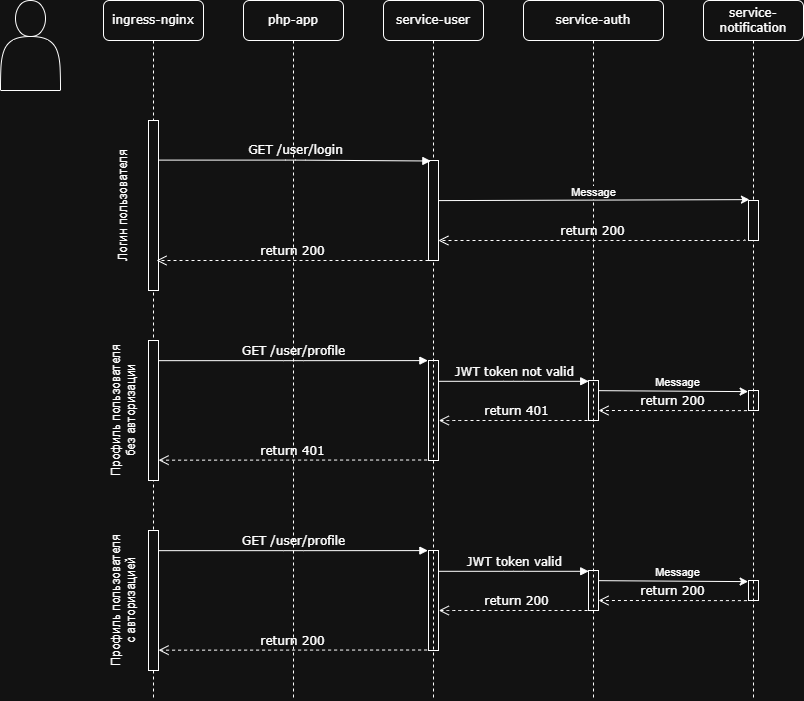
Above: lesson-6/img/interaction_of_services.drawio.png in confuciy/microservice_architecture (draw.io), before the change. Source tidied: cells renumbered, new cells last; positions are measured from the earlier drawing's top-left corner, leaving out a move shared by most shapes.
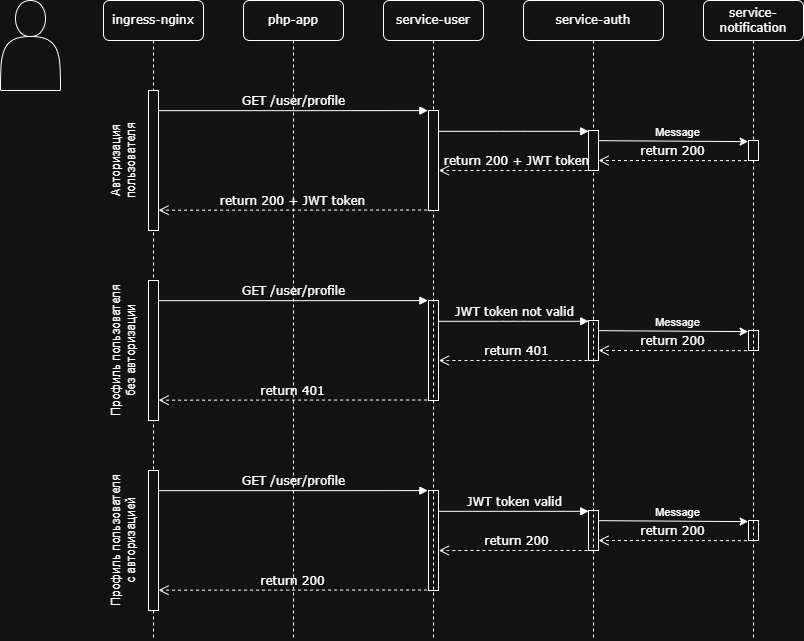
After the change.

Diff of the diagram source:
```diff
@@ -3,31 +3,25 @@
     <mxCell id="0" />
     <mxCell id="1" parent="0" />
     <mxCell id="2" value="ingress-nginx" style="shape=umlLifeline;perimeter=lifelinePerimeter;whiteSpace=wrap;html=1;rounded=1;shadow=0;comic=0;labelBackgroundColor=none;strokeWidth=1;fontFamily=Verdana;fontSize=12;align=center;" parent="1" vertex="1">
-      <mxGeometry x="103" width="100" height="700" as="geometry" />
+      <mxGeometry x="103" width="100" height="640" as="geometry" />
     </mxCell>
-    <mxCell id="3" style="html=1;points=[];perimeter=orthogonalPerimeter;rounded=0;shadow=0;comic=0;labelBackgroundColor=none;strokeWidth=1;fontFamily=Verdana;fontSize=12;align=center;" parent="2" vertex="1">
-      <mxGeometry x="45" y="120" width="10" height="170" as="geometry" />
-    </mxCell>
-    <mxCell id="4" value="Логин пользователя" style="text;html=1;align=center;verticalAlign=middle;whiteSpace=wrap;rounded=0;rotation=270;" parent="2" vertex="1">
-      <mxGeometry x="-50" y="190" width="140" height="30" as="geometry" />
-    </mxCell>
     <mxCell id="5" value="php-app" style="shape=umlLifeline;perimeter=lifelinePerimeter;whiteSpace=wrap;html=1;rounded=1;shadow=0;comic=0;labelBackgroundColor=none;strokeWidth=1;fontFamily=Verdana;fontSize=12;align=center;" parent="1" vertex="1">
-      <mxGeometry x="243" width="100" height="700" as="geometry" />
+      <mxGeometry x="243" width="100" height="640" as="geometry" />
     </mxCell>
     <mxCell id="6" style="html=1;points=[];perimeter=orthogonalPerimeter;rounded=0;shadow=0;comic=0;labelBackgroundColor=none;strokeWidth=1;fontFamily=Verdana;fontSize=12;align=center;" parent="5" vertex="1">
-      <mxGeometry x="-95" y="340" width="10" height="140" as="geometry" />
+      <mxGeometry x="-95" y="280" width="10" height="140" as="geometry" />
     </mxCell>
     <mxCell id="7" value="Профиль пользователя без авторизации" style="text;html=1;align=center;verticalAlign=middle;whiteSpace=wrap;rounded=0;rotation=270;" parent="5" vertex="1">
-      <mxGeometry x="-190" y="395" width="140" height="30" as="geometry" />
+      <mxGeometry x="-190" y="335" width="140" height="30" as="geometry" />
     </mxCell>
     <mxCell id="8" style="html=1;points=[];perimeter=orthogonalPerimeter;rounded=0;shadow=0;comic=0;labelBackgroundColor=none;strokeWidth=1;fontFamily=Verdana;fontSize=12;align=center;" parent="5" vertex="1">
-      <mxGeometry x="185" y="360" width="10" height="100" as="geometry" />
+      <mxGeometry x="185" y="300" width="10" height="100" as="geometry" />
     </mxCell>
     <mxCell id="9" style="html=1;points=[];perimeter=orthogonalPerimeter;rounded=0;shadow=0;comic=0;labelBackgroundColor=none;strokeWidth=1;fontFamily=Verdana;fontSize=12;align=center;" parent="5" vertex="1">
-      <mxGeometry x="345" y="380" width="10" height="40" as="geometry" />
+      <mxGeometry x="345" y="320" width="10" height="40" as="geometry" />
     </mxCell>
     <mxCell id="10" style="html=1;points=[];perimeter=orthogonalPerimeter;rounded=0;shadow=0;comic=0;labelBackgroundColor=none;strokeWidth=1;fontFamily=Verdana;fontSize=12;align=center;" parent="5" vertex="1">
-      <mxGeometry x="505" y="390" width="10" height="20" as="geometry" />
+      <mxGeometry x="505" y="330" width="10" height="20" as="geometry" />
     </mxCell>
     <mxCell id="11" value="GET /user/profile" style="html=1;verticalAlign=bottom;endArrow=block;labelBackgroundColor=none;fontFamily=Verdana;fontSize=12;edgeStyle=elbowEdgeStyle;elbow=horizontal;entryX=-0.062;entryY=0.001;entryDx=0;entryDy=0;entryPerimeter=0;exitX=1.005;exitY=0.144;exitDx=0;exitDy=0;exitPerimeter=0;" parent="5" edge="1" source="6" target="8">
       <mxGeometry relative="1" as="geometry" />
@@ -38,16 +32,16 @@
     <mxCell id="13" value="return 401" style="html=1;verticalAlign=bottom;endArrow=open;dashed=1;endSize=8;labelBackgroundColor=none;fontFamily=Verdana;fontSize=12;edgeStyle=elbowEdgeStyle;elbow=vertical;exitX=0.5;exitY=1;exitDx=0;exitDy=0;exitPerimeter=0;entryX=1.031;entryY=0.6;entryDx=0;entryDy=0;entryPerimeter=0;" parent="5" edge="1" source="9" target="8">
       <mxGeometry relative="1" as="geometry">
         <Array as="points">
-          <mxPoint x="210" y="420" />
-          <mxPoint x="562" y="360" />
+          <mxPoint x="210" y="360" />
+          <mxPoint x="562" y="300" />
         </Array>
       </mxGeometry>
     </mxCell>
     <mxCell id="14" value="return 401" style="html=1;verticalAlign=bottom;endArrow=open;dashed=1;endSize=8;labelBackgroundColor=none;fontFamily=Verdana;fontSize=12;edgeStyle=elbowEdgeStyle;elbow=vertical;exitX=-0.14;exitY=0.995;exitDx=0;exitDy=0;exitPerimeter=0;entryX=1.005;entryY=0.859;entryDx=0;entryDy=0;entryPerimeter=0;" parent="5" edge="1" source="8" target="6">
       <mxGeometry relative="1" as="geometry">
         <Array as="points">
-          <mxPoint x="15" y="459.7" />
-          <mxPoint x="367" y="399.7" />
+          <mxPoint x="15" y="399.7" />
+          <mxPoint x="367" y="339.7" />
         </Array>
       </mxGeometry>
     </mxCell>
@@ -57,28 +51,28 @@
     <mxCell id="16" value="return 200" style="html=1;verticalAlign=bottom;endArrow=open;dashed=1;endSize=8;labelBackgroundColor=none;fontFamily=Verdana;fontSize=12;edgeStyle=elbowEdgeStyle;elbow=vertical;exitX=-0.157;exitY=1.007;exitDx=0;exitDy=0;exitPerimeter=0;entryX=0.999;entryY=0.77;entryDx=0;entryDy=0;entryPerimeter=0;" parent="5" edge="1" source="10" target="9">
       <mxGeometry relative="1" as="geometry">
         <Array as="points">
-          <mxPoint x="360" y="410" />
-          <mxPoint x="687" y="350" />
+          <mxPoint x="360" y="350" />
+          <mxPoint x="687" y="290" />
         </Array>
       </mxGeometry>
     </mxCell>
     <mxCell id="17" value="Message" style="edgeLabel;html=1;align=center;verticalAlign=middle;" parent="5" vertex="1">
-      <mxGeometry x="434" y="382" as="geometry" />
+      <mxGeometry x="434" y="322" as="geometry" />
     </mxCell>
     <mxCell id="18" style="html=1;points=[];perimeter=orthogonalPerimeter;rounded=0;shadow=0;comic=0;labelBackgroundColor=none;strokeWidth=1;fontFamily=Verdana;fontSize=12;align=center;" parent="5" vertex="1">
-      <mxGeometry x="-95" y="530" width="10" height="140" as="geometry" />
+      <mxGeometry x="-95" y="470" width="10" height="140" as="geometry" />
     </mxCell>
     <mxCell id="19" value="Профиль пользователя c авторизацией" style="text;html=1;align=center;verticalAlign=middle;whiteSpace=wrap;rounded=0;rotation=270;" parent="5" vertex="1">
-      <mxGeometry x="-190" y="585" width="140" height="30" as="geometry" />
+      <mxGeometry x="-190" y="525" width="140" height="30" as="geometry" />
     </mxCell>
     <mxCell id="20" style="html=1;points=[];perimeter=orthogonalPerimeter;rounded=0;shadow=0;comic=0;labelBackgroundColor=none;strokeWidth=1;fontFamily=Verdana;fontSize=12;align=center;" parent="5" vertex="1">
-      <mxGeometry x="185" y="550" width="10" height="100" as="geometry" />
+      <mxGeometry x="185" y="490" width="10" height="100" as="geometry" />
     </mxCell>
     <mxCell id="21" style="html=1;points=[];perimeter=orthogonalPerimeter;rounded=0;shadow=0;comic=0;labelBackgroundColor=none;strokeWidth=1;fontFamily=Verdana;fontSize=12;align=center;" parent="5" vertex="1">
-      <mxGeometry x="345" y="570" width="10" height="40" as="geometry" />
+      <mxGeometry x="345" y="510" width="10" height="40" as="geometry" />
     </mxCell>
     <mxCell id="22" style="html=1;points=[];perimeter=orthogonalPerimeter;rounded=0;shadow=0;comic=0;labelBackgroundColor=none;strokeWidth=1;fontFamily=Verdana;fontSize=12;align=center;" parent="5" vertex="1">
-      <mxGeometry x="505" y="580" width="10" height="20" as="geometry" />
+      <mxGeometry x="505" y="520" width="10" height="20" as="geometry" />
     </mxCell>
     <mxCell id="23" value="GET /user/profile" style="html=1;verticalAlign=bottom;endArrow=block;labelBackgroundColor=none;fontFamily=Verdana;fontSize=12;edgeStyle=elbowEdgeStyle;elbow=horizontal;entryX=-0.062;entryY=0.001;entryDx=0;entryDy=0;entryPerimeter=0;exitX=1.005;exitY=0.144;exitDx=0;exitDy=0;exitPerimeter=0;" parent="5" edge="1" source="18" target="20">
       <mxGeometry relative="1" as="geometry" />
@@ -89,16 +83,16 @@
     <mxCell id="25" value="return 200" style="html=1;verticalAlign=bottom;endArrow=open;dashed=1;endSize=8;labelBackgroundColor=none;fontFamily=Verdana;fontSize=12;edgeStyle=elbowEdgeStyle;elbow=vertical;exitX=0.5;exitY=1;exitDx=0;exitDy=0;exitPerimeter=0;entryX=1.031;entryY=0.6;entryDx=0;entryDy=0;entryPerimeter=0;" parent="5" edge="1" source="21" target="20">
       <mxGeometry relative="1" as="geometry">
         <Array as="points">
-          <mxPoint x="210" y="610" />
-          <mxPoint x="562" y="550" />
+          <mxPoint x="210" y="550" />
+          <mxPoint x="562" y="490" />
         </Array>
       </mxGeometry>
     </mxCell>
     <mxCell id="26" value="return 200" style="html=1;verticalAlign=bottom;endArrow=open;dashed=1;endSize=8;labelBackgroundColor=none;fontFamily=Verdana;fontSize=12;edgeStyle=elbowEdgeStyle;elbow=vertical;exitX=-0.14;exitY=0.995;exitDx=0;exitDy=0;exitPerimeter=0;entryX=1.005;entryY=0.859;entryDx=0;entryDy=0;entryPerimeter=0;" parent="5" edge="1" source="20" target="18">
       <mxGeometry relative="1" as="geometry">
         <Array as="points">
-          <mxPoint x="15" y="649.7" />
-          <mxPoint x="367" y="589.7" />
+          <mxPoint x="15" y="589.7" />
+          <mxPoint x="367" y="529.7" />
         </Array>
       </mxGeometry>
     </mxCell>
@@ -108,58 +102,76 @@
     <mxCell id="28" value="return 200" style="html=1;verticalAlign=bottom;endArrow=open;dashed=1;endSize=8;labelBackgroundColor=none;fontFamily=Verdana;fontSize=12;edgeStyle=elbowEdgeStyle;elbow=vertical;exitX=-0.157;exitY=1.007;exitDx=0;exitDy=0;exitPerimeter=0;entryX=0.999;entryY=0.77;entryDx=0;entryDy=0;entryPerimeter=0;" parent="5" edge="1" source="22" target="21">
       <mxGeometry relative="1" as="geometry">
         <Array as="points">
-          <mxPoint x="360" y="600" />
-          <mxPoint x="687" y="540" />
+          <mxPoint x="360" y="540" />
+          <mxPoint x="687" y="480" />
         </Array>
       </mxGeometry>
     </mxCell>
     <mxCell id="29" value="Message" style="edgeLabel;html=1;align=center;verticalAlign=middle;" parent="5" vertex="1">
-      <mxGeometry x="434" y="572" as="geometry" />
+      <mxGeometry x="434" y="512" as="geometry" />
     </mxCell>
     <mxCell id="30" value="service-user" style="shape=umlLifeline;perimeter=lifelinePerimeter;whiteSpace=wrap;html=1;rounded=1;shadow=0;comic=0;labelBackgroundColor=none;strokeWidth=1;fontFamily=Verdana;fontSize=12;align=center;" parent="1" vertex="1">
-      <mxGeometry x="383" width="100" height="700" as="geometry" />
+      <mxGeometry x="383" width="100" height="640" as="geometry" />
     </mxCell>
-    <mxCell id="31" style="html=1;points=[];perimeter=orthogonalPerimeter;rounded=0;shadow=0;comic=0;labelBackgroundColor=none;strokeWidth=1;fontFamily=Verdana;fontSize=12;align=center;" parent="30" vertex="1">
-      <mxGeometry x="45" y="160" width="10" height="100" as="geometry" />
-    </mxCell>
     <mxCell id="32" value="service-auth" style="shape=umlLifeline;perimeter=lifelinePerimeter;whiteSpace=wrap;html=1;rounded=1;shadow=0;comic=0;labelBackgroundColor=none;strokeWidth=1;fontFamily=Verdana;fontSize=12;align=center;" parent="1" vertex="1">
-      <mxGeometry x="523" width="140" height="700" as="geometry" />
+      <mxGeometry x="523" width="140" height="640" as="geometry" />
     </mxCell>
     <mxCell id="33" value="service-notification" style="shape=umlLifeline;perimeter=lifelinePerimeter;whiteSpace=wrap;html=1;rounded=1;shadow=0;comic=0;labelBackgroundColor=none;strokeWidth=1;fontFamily=Verdana;fontSize=12;align=center;" parent="1" vertex="1">
-      <mxGeometry x="703" width="100" height="700" as="geometry" />
+      <mxGeometry x="703" width="100" height="640" as="geometry" />
     </mxCell>
-    <mxCell id="34" style="html=1;points=[];perimeter=orthogonalPerimeter;rounded=0;shadow=0;comic=0;labelBackgroundColor=none;strokeWidth=1;fontFamily=Verdana;fontSize=12;align=center;" parent="33" vertex="1">
-      <mxGeometry x="45" y="200" width="10" height="40" as="geometry" />
-    </mxCell>
-    <mxCell id="35" value="GET /user/login" style="html=1;verticalAlign=bottom;endArrow=block;labelBackgroundColor=none;fontFamily=Verdana;fontSize=12;edgeStyle=elbowEdgeStyle;elbow=horizontal;entryX=0.235;entryY=0.005;entryDx=0;entryDy=0;entryPerimeter=0;exitX=1.082;exitY=0.233;exitDx=0;exitDy=0;exitPerimeter=0;" parent="1" edge="1" source="3" target="31">
-      <mxGeometry relative="1" as="geometry" />
-    </mxCell>
-    <mxCell id="36" value="return 200" style="html=1;verticalAlign=bottom;endArrow=open;dashed=1;endSize=8;labelBackgroundColor=none;fontFamily=Verdana;fontSize=12;edgeStyle=elbowEdgeStyle;elbow=vertical;entryX=0.8;entryY=0.82;entryDx=0;entryDy=0;entryPerimeter=0;" parent="1" edge="1" source="31" target="3">
-      <mxGeometry relative="1" as="geometry">
-        <Array as="points">
-          <mxPoint x="403" y="260" />
-          <mxPoint x="403" y="180" />
-        </Array>
-      </mxGeometry>
-    </mxCell>
     <mxCell id="37" style="shape=actor;whiteSpace=wrap;html=1;" parent="1" vertex="1">
       <mxGeometry width="60" height="90" as="geometry" />
     </mxCell>
-    <mxCell id="38" style="endArrow=classic;html=1;rounded=0;entryX=0.094;entryY=-0.022;entryDx=0;entryDy=0;entryPerimeter=0;exitX=0.988;exitY=0.401;exitDx=0;exitDy=0;exitPerimeter=0;" parent="1" edge="1" source="31" target="34">
-      <mxGeometry relative="1" as="geometry" />
-    </mxCell>
+    <mxCell id="41" style="html=1;points=[];perimeter=orthogonalPerimeter;rounded=0;shadow=0;comic=0;labelBackgroundColor=none;strokeWidth=1;fontFamily=Verdana;fontSize=12;align=center;" parent="1" vertex="1">
+      <mxGeometry x="148" y="90" width="10" height="140" as="geometry" />
+    </mxCell>
+    <mxCell id="42" value="Авторизация пользователя" style="text;html=1;align=center;verticalAlign=middle;whiteSpace=wrap;rounded=0;rotation=270;" parent="1" vertex="1">
+      <mxGeometry x="53" y="145" width="140" height="30" as="geometry" />
+    </mxCell>
+    <mxCell id="43" style="html=1;points=[];perimeter=orthogonalPerimeter;rounded=0;shadow=0;comic=0;labelBackgroundColor=none;strokeWidth=1;fontFamily=Verdana;fontSize=12;align=center;" parent="1" vertex="1">
+      <mxGeometry x="428" y="110" width="10" height="100" as="geometry" />
+    </mxCell>
+    <mxCell id="44" style="html=1;points=[];perimeter=orthogonalPerimeter;rounded=0;shadow=0;comic=0;labelBackgroundColor=none;strokeWidth=1;fontFamily=Verdana;fontSize=12;align=center;" parent="1" vertex="1">
+      <mxGeometry x="588" y="130" width="10" height="40" as="geometry" />
+    </mxCell>
+    <mxCell id="45" style="html=1;points=[];perimeter=orthogonalPerimeter;rounded=0;shadow=0;comic=0;labelBackgroundColor=none;strokeWidth=1;fontFamily=Verdana;fontSize=12;align=center;" parent="1" vertex="1">
+      <mxGeometry x="748" y="140" width="10" height="20" as="geometry" />
+    </mxCell>
+    <mxCell id="46" value="GET /user/profile" style="html=1;verticalAlign=bottom;endArrow=block;labelBackgroundColor=none;fontFamily=Verdana;fontSize=12;edgeStyle=elbowEdgeStyle;elbow=horizontal;entryX=-0.062;entryY=0.001;entryDx=0;entryDy=0;entryPerimeter=0;exitX=1.005;exitY=0.144;exitDx=0;exitDy=0;exitPerimeter=0;" parent="1" edge="1" source="41" target="43">
+      <mxGeometry relative="1" as="geometry" />
+    </mxCell>
+    <mxCell id="47" style="html=1;verticalAlign=bottom;endArrow=block;labelBackgroundColor=none;fontFamily=Verdana;fontSize=12;edgeStyle=elbowEdgeStyle;elbow=horizontal;entryX=0.02;entryY=0.02;entryDx=0;entryDy=0;entryPerimeter=0;exitX=1.06;exitY=0.208;exitDx=0;exitDy=0;exitPerimeter=0;" parent="1" edge="1" source="43" target="44">
+      <mxGeometry relative="1" as="geometry" />
+    </mxCell>
+    <mxCell id="48" value="return 200 + JWT token" style="html=1;verticalAlign=bottom;endArrow=open;dashed=1;endSize=8;labelBackgroundColor=none;fontFamily=Verdana;fontSize=12;edgeStyle=elbowEdgeStyle;elbow=vertical;exitX=0.5;exitY=1;exitDx=0;exitDy=0;exitPerimeter=0;entryX=1.031;entryY=0.6;entryDx=0;entryDy=0;entryPerimeter=0;" parent="1" edge="1" source="44" target="43">
+      <mxGeometry relative="1" as="geometry">
+        <Array as="points">
+          <mxPoint x="453" y="170" />
+          <mxPoint x="805" y="110" />
+        </Array>
+      </mxGeometry>
+    </mxCell>
+    <mxCell id="49" value="return 200 + JWT token" style="html=1;verticalAlign=bottom;endArrow=open;dashed=1;endSize=8;labelBackgroundColor=none;fontFamily=Verdana;fontSize=12;edgeStyle=elbowEdgeStyle;elbow=vertical;exitX=-0.14;exitY=0.995;exitDx=0;exitDy=0;exitPerimeter=0;entryX=1.005;entryY=0.859;entryDx=0;entryDy=0;entryPerimeter=0;" parent="1" edge="1" source="43" target="41">
+      <mxGeometry relative="1" as="geometry">
+        <Array as="points">
+          <mxPoint x="258" y="209.7" />
+          <mxPoint x="610" y="149.7" />
+        </Array>
+      </mxGeometry>
+    </mxCell>
+    <mxCell id="50" style="endArrow=classic;html=1;rounded=0;exitX=1.052;exitY=0.254;exitDx=0;exitDy=0;exitPerimeter=0;entryX=-0.036;entryY=0.056;entryDx=0;entryDy=0;entryPerimeter=0;" parent="1" edge="1" source="44" target="45">
+      <mxGeometry relative="1" as="geometry" />
+    </mxCell>
+    <mxCell id="51" value="return 200" style="html=1;verticalAlign=bottom;endArrow=open;dashed=1;endSize=8;labelBackgroundColor=none;fontFamily=Verdana;fontSize=12;edgeStyle=elbowEdgeStyle;elbow=vertical;exitX=-0.157;exitY=1.007;exitDx=0;exitDy=0;exitPerimeter=0;entryX=0.999;entryY=0.77;entryDx=0;entryDy=0;entryPerimeter=0;" parent="1" edge="1" source="45" target="44">
+      <mxGeometry relative="1" as="geometry">
+        <Array as="points">
+          <mxPoint x="603" y="160" />
+          <mxPoint x="930" y="100" />
+        </Array>
+      </mxGeometry>
+    </mxCell>
-    <mxCell id="39" value="Message" style="edgeLabel;html=1;align=center;verticalAlign=middle;" parent="38" vertex="1">
-      <mxGeometry x="0.09" y="1" relative="1" as="geometry">
-        <mxPoint x="-14" y="-7" as="offset" />
-      </mxGeometry>
+    <mxCell id="39" value="Message" style="edgeLabel;html=1;align=center;verticalAlign=middle;" parent="1" vertex="1">
+      <mxGeometry x="677" y="132" as="geometry" />
     </mxCell>
-    <mxCell id="40" value="return 200" style="html=1;verticalAlign=bottom;endArrow=open;dashed=1;endSize=8;labelBackgroundColor=none;fontFamily=Verdana;fontSize=12;edgeStyle=elbowEdgeStyle;elbow=vertical;exitX=-0.376;exitY=0.966;exitDx=0;exitDy=0;exitPerimeter=0;entryX=0.988;entryY=0.805;entryDx=0;entryDy=0;entryPerimeter=0;" parent="1" edge="1" source="34" target="31">
-      <mxGeometry relative="1" as="geometry">
-        <Array as="points">
-          <mxPoint x="613" y="240" />
-          <mxPoint x="1010" y="170" />
-        </Array>
-      </mxGeometry>
-    </mxCell>
   </root>
 </mxGraphModel>
```
